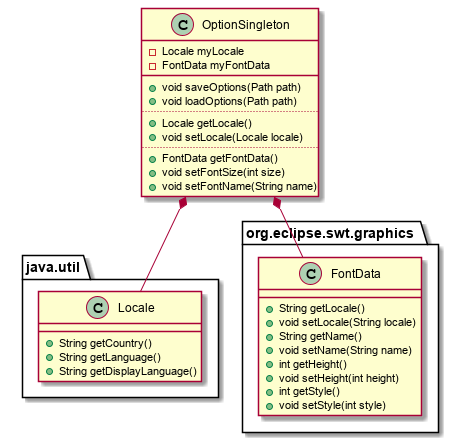
The PlantUML diagram 2-Entwurf/Diagramme/OptionsClassDiagram.png in osl2/DAQ-Documents, before a commit.
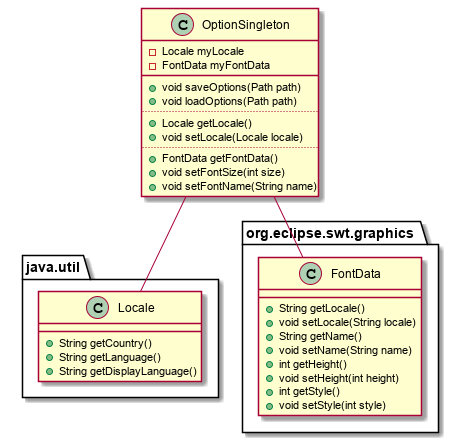
Above is the later version.

Diff of the diagram source:
```diff
@@ -36,7 +36,7 @@
 }
 }
 
-OptionSingleton *-- Locale
-OptionSingleton *-- FontData
+OptionSingleton -- Locale
+OptionSingleton -- FontData
 
 @enduml
```
